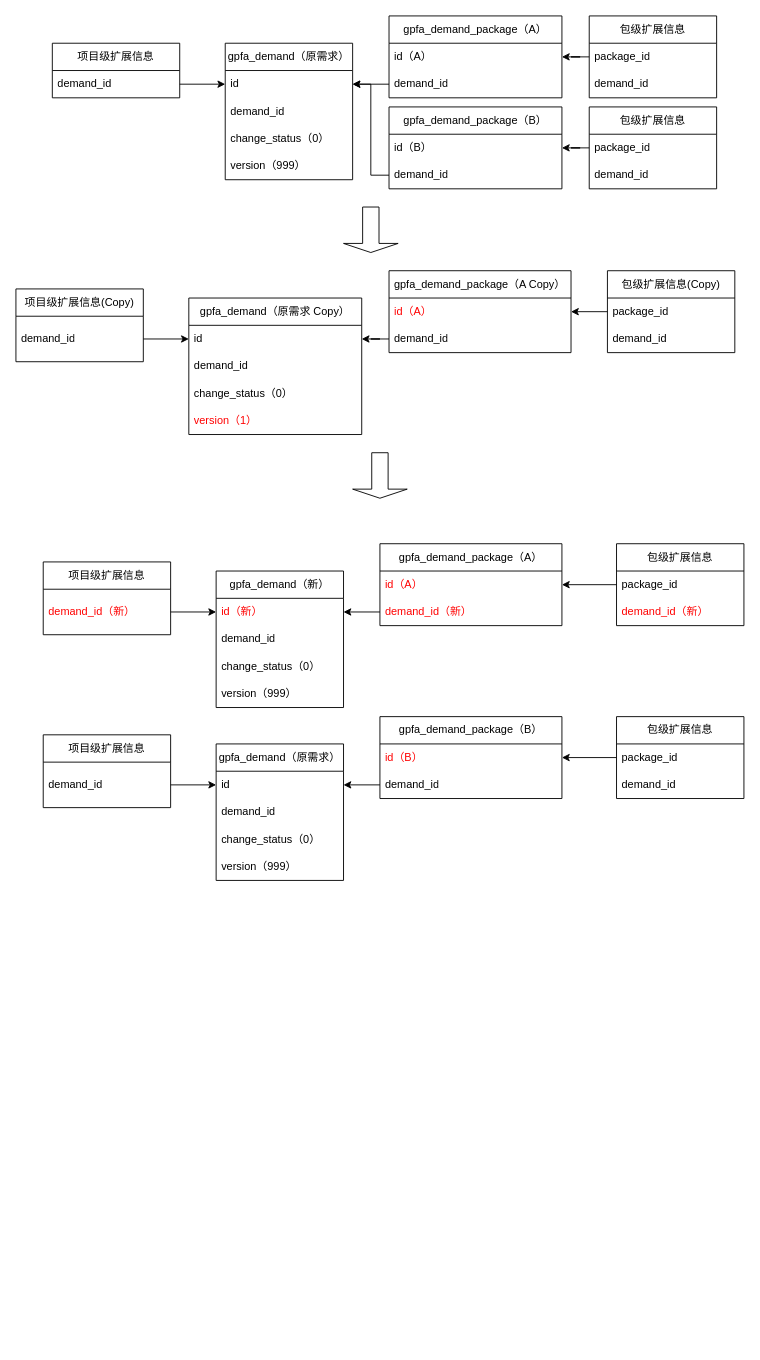
This is open_modify.drawio from dernight1/draw.io, a draw.io file, before an edit. Source tidied: cells renumbered, new cells numbered last; positions are measured from the earlier drawing's top-left corner, leaving out a move shared by most shapes. Both pictures are drawn from the tidied source at 91%, with x=0, y=0 at pixel (15, 15).
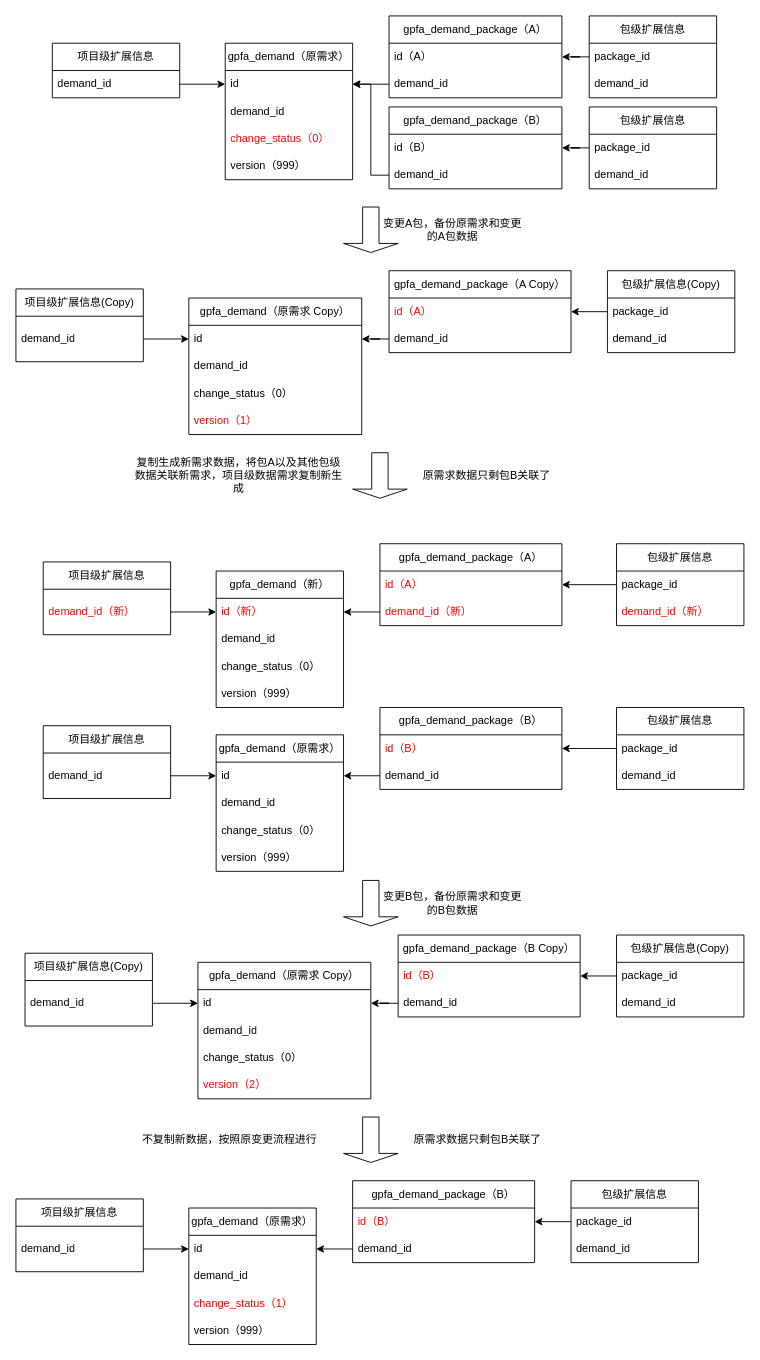
Above is the later version.

Unchanged cells that the change refers to:
```xml
<mxCell id="2" value="gpfa_demand（原需求）" style="swimlane;fontStyle=0;horizontal=1;startSize=30;whiteSpace=wrap;html=1;" parent="1" vertex="1">
  <mxGeometry x="230" y="30" width="140" height="150" as="geometry" />
</mxCell>
```

What changed in the source:
```diff
@@
-    <mxCell id="5" value="change_status（0）" style="text;strokeColor=none;fillColor=none;align=left;verticalAlign=middle;spacingLeft=4;spacingRight=4;overflow=hidden;whiteSpace=wrap;html=1;" parent="2" vertex="1">
+    <mxCell id="5" value="&lt;font color=&quot;#ff0000&quot;&gt;change_status（0）&lt;/font&gt;" style="text;strokeColor=none;fillColor=none;align=left;verticalAlign=middle;spacingLeft=4;spacingRight=4;overflow=hidden;whiteSpace=wrap;html=1;" parent="2" vertex="1">
       <mxGeometry y="90" width="140" height="30" as="geometry" />
     </mxCell>
@@
     <mxCell id="42" value="gpfa_demand（原需求）" style="swimlane;fontStyle=0;horizontal=1;startSize=30;whiteSpace=wrap;html=1;" parent="1" vertex="1">
-      <mxGeometry x="220" y="800" width="140" height="150" as="geometry" />
+      <mxGeometry x="220" y="790" width="140" height="150" as="geometry" />
     </mxCell>
@@
     <mxCell id="47" value="gpfa_demand_package（B）" style="swimlane;fontStyle=0;horizontal=1;startSize=30;whiteSpace=wrap;html=1;" parent="1" vertex="1">
-      <mxGeometry x="400" y="770" width="200" height="90" as="geometry" />
+      <mxGeometry x="400" y="760" width="200" height="90" as="geometry" />
     </mxCell>
@@
     <mxCell id="50" value="包级扩展信息" style="swimlane;fontStyle=0;horizontal=1;startSize=30;whiteSpace=wrap;html=1;" parent="1" vertex="1">
-      <mxGeometry x="660" y="770" width="140" height="90" as="geometry" />
+      <mxGeometry x="660" y="760" width="140" height="90" as="geometry" />
     </mxCell>
@@
     <mxCell id="53" value="项目级扩展信息" style="swimlane;fontStyle=0;horizontal=1;startSize=30;whiteSpace=wrap;html=1;" parent="1" vertex="1">
-      <mxGeometry x="30" y="790" width="140" height="80" as="geometry" />
+      <mxGeometry x="30" y="780" width="140" height="80" as="geometry" />
     </mxCell>
@@
+    <mxCell id="76" value="变更A包，备份原需求和变更的A包数据" style="text;html=1;align=center;verticalAlign=middle;whiteSpace=wrap;rounded=0;" parent="1" vertex="1">
+      <mxGeometry x="400" y="220" width="160" height="30" as="geometry" />
+    </mxCell>
+    <mxCell id="77" value="复制生成新需求数据，将包A以及其他包级数据关联新需求，项目级数据需求复制新生成" style="text;html=1;align=center;verticalAlign=middle;whiteSpace=wrap;rounded=0;" parent="1" vertex="1">
+      <mxGeometry x="130" y="480" width="230" height="50" as="geometry" />
+    </mxCell>
+    <mxCell id="78" value="原需求数据只剩包B关联了" style="text;html=1;align=center;verticalAlign=middle;whiteSpace=wrap;rounded=0;" parent="1" vertex="1">
+      <mxGeometry x="440" y="480" width="155" height="50" as="geometry" />
+    </mxCell>
+    <mxCell id="79" value="gpfa_demand（原需求 Copy）" style="swimlane;fontStyle=0;horizontal=1;startSize=30;whiteSpace=wrap;html=1;" parent="1" vertex="1">
+      <mxGeometry x="200" y="1040" width="190" height="150" as="geometry" />
+    </mxCell>
+    <mxCell id="80" value="id" style="text;strokeColor=none;fillColor=none;align=left;verticalAlign=middle;spacingLeft=4;spacingRight=4;overflow=hidden;points=[[0,0.5],[1,0.5]];portConstraint=eastwest;whiteSpace=wrap;html=1;" parent="79" vertex="1">
+      <mxGeometry y="30" width="190" height="30" as="geometry" />
+    </mxCell>
+    <mxCell id="81" value="&lt;div&gt;demand_id&lt;/div&gt;" style="text;strokeColor=none;fillColor=none;align=left;verticalAlign=middle;spacingLeft=4;spacingRight=4;overflow=hidden;whiteSpace=wrap;html=1;" parent="79" vertex="1">
+      <mxGeometry y="60" width="190" height="30" as="geometry" />
+    </mxCell>
+    <mxCell id="82" value="change_status（0）" style="text;strokeColor=none;fillColor=none;align=left;verticalAlign=middle;spacingLeft=4;spacingRight=4;overflow=hidden;whiteSpace=wrap;html=1;" parent="79" vertex="1">
+      <mxGeometry y="90" width="190" height="30" as="geometry" />
+    </mxCell>
+    <mxCell id="83" value="&lt;font color=&quot;#ff0000&quot;&gt;version（2）&lt;/font&gt;" style="text;strokeColor=none;fillColor=none;align=left;verticalAlign=middle;spacingLeft=4;spacingRight=4;overflow=hidden;whiteSpace=wrap;html=1;" parent="79" vertex="1">
+      <mxGeometry y="120" width="190" height="30" as="geometry" />
+    </mxCell>
+    <mxCell id="84" value="gpfa_demand_package（B Copy）" style="swimlane;fontStyle=0;horizontal=1;startSize=30;whiteSpace=wrap;html=1;" parent="1" vertex="1">
+      <mxGeometry x="420" y="1010" width="200" height="90" as="geometry" />
+    </mxCell>
+    <mxCell id="85" value="&lt;font color=&quot;#ff0000&quot;&gt;id（B）&lt;/font&gt;" style="text;strokeColor=none;fillColor=none;align=left;verticalAlign=middle;spacingLeft=4;spacingRight=4;overflow=hidden;points=[[0,0.5],[1,0.5]];portConstraint=eastwest;whiteSpace=wrap;html=1;" parent="84" vertex="1">
+      <mxGeometry y="30" width="200" height="30" as="geometry" />
+    </mxCell>
+    <mxCell id="86" value="&lt;div&gt;demand_id&lt;/div&gt;" style="text;strokeColor=none;fillColor=none;align=left;verticalAlign=middle;spacingLeft=4;spacingRight=4;overflow=hidden;points=[[0,0.5],[1,0.5]];portConstraint=eastwest;whiteSpace=wrap;html=1;" parent="84" vertex="1">
+      <mxGeometry y="60" width="200" height="30" as="geometry" />
+    </mxCell>
+    <mxCell id="87" value="包级扩展信息(Copy)" style="swimlane;fontStyle=0;horizontal=1;startSize=30;whiteSpace=wrap;html=1;" parent="1" vertex="1">
+      <mxGeometry x="660" y="1010" width="140" height="90" as="geometry" />
+    </mxCell>
+    <mxCell id="88" value="package_id" style="text;strokeColor=none;fillColor=none;align=left;verticalAlign=middle;spacingLeft=4;spacingRight=4;overflow=hidden;points=[[0,0.5],[1,0.5]];portConstraint=eastwest;whiteSpace=wrap;html=1;" parent="87" vertex="1">
+      <mxGeometry y="30" width="140" height="30" as="geometry" />
+    </mxCell>
+    <mxCell id="89" value="&lt;div&gt;demand_id&lt;/div&gt;" style="text;strokeColor=none;fillColor=none;align=left;verticalAlign=middle;spacingLeft=4;spacingRight=4;overflow=hidden;whiteSpace=wrap;html=1;" parent="87" vertex="1">
+      <mxGeometry y="60" width="140" height="30" as="geometry" />
+    </mxCell>
+    <mxCell id="90" value="项目级扩展信息(Copy)" style="swimlane;fontStyle=0;horizontal=1;startSize=30;whiteSpace=wrap;html=1;" parent="1" vertex="1">
+      <mxGeometry x="10" y="1030" width="140" height="80" as="geometry" />
+    </mxCell>
+    <mxCell id="91" value="&lt;div&gt;demand_id&lt;/div&gt;" style="text;strokeColor=none;fillColor=none;align=left;verticalAlign=middle;spacingLeft=4;spacingRight=4;overflow=hidden;points=[[0,0.5],[1,0.5]];portConstraint=eastwest;whiteSpace=wrap;html=1;" parent="90" vertex="1">
+      <mxGeometry y="30" width="140" height="50" as="geometry" />
+    </mxCell>
+    <mxCell id="92" style="edgeStyle=orthogonalEdgeStyle;rounded=0;jettySize=auto;html=1;" parent="1" edge="1" source="91" target="80">
+      <mxGeometry relative="1" as="geometry" />
+    </mxCell>
+    <mxCell id="93" style="edgeStyle=orthogonalEdgeStyle;rounded=0;jettySize=auto;html=1;entryX=1;entryY=0.5;entryDx=0;entryDy=0;" parent="1" edge="1" source="86" target="80">
+      <mxGeometry relative="1" as="geometry" />
+    </mxCell>
+    <mxCell id="94" style="edgeStyle=orthogonalEdgeStyle;rounded=0;jettySize=auto;html=1;" parent="1" edge="1" source="88" target="85">
+      <mxGeometry relative="1" as="geometry" />
+    </mxCell>
+    <mxCell id="95" style="shape=singleArrow;direction=south;whiteSpace=wrap;html=1;" parent="1" vertex="1">
+      <mxGeometry x="360" y="950" width="60" height="50" as="geometry" />
+    </mxCell>
+    <mxCell id="96" value="变更B包，备份原需求和变更的B包数据" style="text;html=1;align=center;verticalAlign=middle;whiteSpace=wrap;rounded=0;" parent="1" vertex="1">
+      <mxGeometry x="400" y="960" width="160" height="30" as="geometry" />
+    </mxCell>
+    <mxCell id="97" value="gpfa_demand（原需求）" style="swimlane;fontStyle=0;horizontal=1;startSize=30;whiteSpace=wrap;html=1;" parent="1" vertex="1">
+      <mxGeometry x="190" y="1310" width="140" height="150" as="geometry" />
+    </mxCell>
+    <mxCell id="98" value="id" style="text;strokeColor=none;fillColor=none;align=left;verticalAlign=middle;spacingLeft=4;spacingRight=4;overflow=hidden;points=[[0,0.5],[1,0.5]];portConstraint=eastwest;whiteSpace=wrap;html=1;" parent="97" vertex="1">
+      <mxGeometry y="30" width="140" height="30" as="geometry" />
+    </mxCell>
+    <mxCell id="99" value="&lt;div&gt;demand_id&lt;/div&gt;" style="text;strokeColor=none;fillColor=none;align=left;verticalAlign=middle;spacingLeft=4;spacingRight=4;overflow=hidden;whiteSpace=wrap;html=1;" parent="97" vertex="1">
+      <mxGeometry y="60" width="140" height="30" as="geometry" />
+    </mxCell>
+    <mxCell id="100" value="&lt;font color=&quot;#ff0000&quot;&gt;change_status（1）&lt;/font&gt;" style="text;strokeColor=none;fillColor=none;align=left;verticalAlign=middle;spacingLeft=4;spacingRight=4;overflow=hidden;whiteSpace=wrap;html=1;" parent="97" vertex="1">
+      <mxGeometry y="90" width="140" height="30" as="geometry" />
+    </mxCell>
+    <mxCell id="101" value="version（999）" style="text;strokeColor=none;fillColor=none;align=left;verticalAlign=middle;spacingLeft=4;spacingRight=4;overflow=hidden;whiteSpace=wrap;html=1;" parent="97" vertex="1">
+      <mxGeometry y="120" width="140" height="30" as="geometry" />
+    </mxCell>
+    <mxCell id="102" value="gpfa_demand_package（B）" style="swimlane;fontStyle=0;horizontal=1;startSize=30;whiteSpace=wrap;html=1;" parent="1" vertex="1">
+      <mxGeometry x="370" y="1280" width="200" height="90" as="geometry" />
+    </mxCell>
+    <mxCell id="103" value="&lt;font color=&quot;#ff0000&quot;&gt;id（B）&lt;/font&gt;" style="text;strokeColor=none;fillColor=none;align=left;verticalAlign=middle;spacingLeft=4;spacingRight=4;overflow=hidden;points=[[0,0.5],[1,0.5]];portConstraint=eastwest;whiteSpace=wrap;html=1;" parent="102" vertex="1">
+      <mxGeometry y="30" width="200" height="30" as="geometry" />
+    </mxCell>
+    <mxCell id="104" value="&lt;div&gt;demand_id&lt;/div&gt;" style="text;strokeColor=none;fillColor=none;align=left;verticalAlign=middle;spacingLeft=4;spacingRight=4;overflow=hidden;points=[[0,0.5],[1,0.5]];portConstraint=eastwest;whiteSpace=wrap;html=1;" parent="102" vertex="1">
+      <mxGeometry y="60" width="200" height="30" as="geometry" />
+    </mxCell>
+    <mxCell id="105" value="包级扩展信息" style="swimlane;fontStyle=0;horizontal=1;startSize=30;whiteSpace=wrap;html=1;" parent="1" vertex="1">
+      <mxGeometry x="610" y="1280" width="140" height="90" as="geometry" />
+    </mxCell>
+    <mxCell id="106" value="package_id" style="text;strokeColor=none;fillColor=none;align=left;verticalAlign=middle;spacingLeft=4;spacingRight=4;overflow=hidden;points=[[0,0.5],[1,0.5]];portConstraint=eastwest;whiteSpace=wrap;html=1;" parent="105" vertex="1">
+      <mxGeometry y="30" width="140" height="30" as="geometry" />
+    </mxCell>
+    <mxCell id="107" value="&lt;div&gt;demand_id&lt;/div&gt;" style="text;strokeColor=none;fillColor=none;align=left;verticalAlign=middle;spacingLeft=4;spacingRight=4;overflow=hidden;whiteSpace=wrap;html=1;" parent="105" vertex="1">
+      <mxGeometry y="60" width="140" height="30" as="geometry" />
+    </mxCell>
+    <mxCell id="108" value="项目级扩展信息" style="swimlane;fontStyle=0;horizontal=1;startSize=30;whiteSpace=wrap;html=1;" parent="1" vertex="1">
+      <mxGeometry y="1300" width="140" height="80" as="geometry" />
+    </mxCell>
+    <mxCell id="109" value="&lt;div&gt;demand_id&lt;/div&gt;" style="text;strokeColor=none;fillColor=none;align=left;verticalAlign=middle;spacingLeft=4;spacingRight=4;overflow=hidden;points=[[0,0.5],[1,0.5]];portConstraint=eastwest;whiteSpace=wrap;html=1;" parent="108" vertex="1">
+      <mxGeometry y="30" width="140" height="50" as="geometry" />
+    </mxCell>
+    <mxCell id="110" style="edgeStyle=orthogonalEdgeStyle;rounded=0;jettySize=auto;html=1;" parent="1" edge="1" source="109" target="98">
+      <mxGeometry relative="1" as="geometry" />
+    </mxCell>
+    <mxCell id="111" style="edgeStyle=orthogonalEdgeStyle;rounded=0;jettySize=auto;html=1;entryX=1;entryY=0.5;entryDx=0;entryDy=0;" parent="1" edge="1" source="104" target="98">
+      <mxGeometry relative="1" as="geometry" />
+    </mxCell>
+    <mxCell id="112" style="edgeStyle=orthogonalEdgeStyle;rounded=0;jettySize=auto;html=1;" parent="1" edge="1" source="106" target="103">
+      <mxGeometry relative="1" as="geometry" />
+    </mxCell>
+    <mxCell id="113" style="shape=singleArrow;direction=south;whiteSpace=wrap;html=1;" parent="1" vertex="1">
+      <mxGeometry x="360" y="1210" width="60" height="50" as="geometry" />
+    </mxCell>
+    <mxCell id="114" value="不复制新数据，按照原变更流程进行" style="text;html=1;align=center;verticalAlign=middle;whiteSpace=wrap;rounded=0;" parent="1" vertex="1">
+      <mxGeometry x="120" y="1210" width="230" height="50" as="geometry" />
+    </mxCell>
+    <mxCell id="115" value="原需求数据只剩包B关联了" style="text;html=1;align=center;verticalAlign=middle;whiteSpace=wrap;rounded=0;" parent="1" vertex="1">
+      <mxGeometry x="430" y="1210" width="155" height="50" as="geometry" />
+    </mxCell>
```
